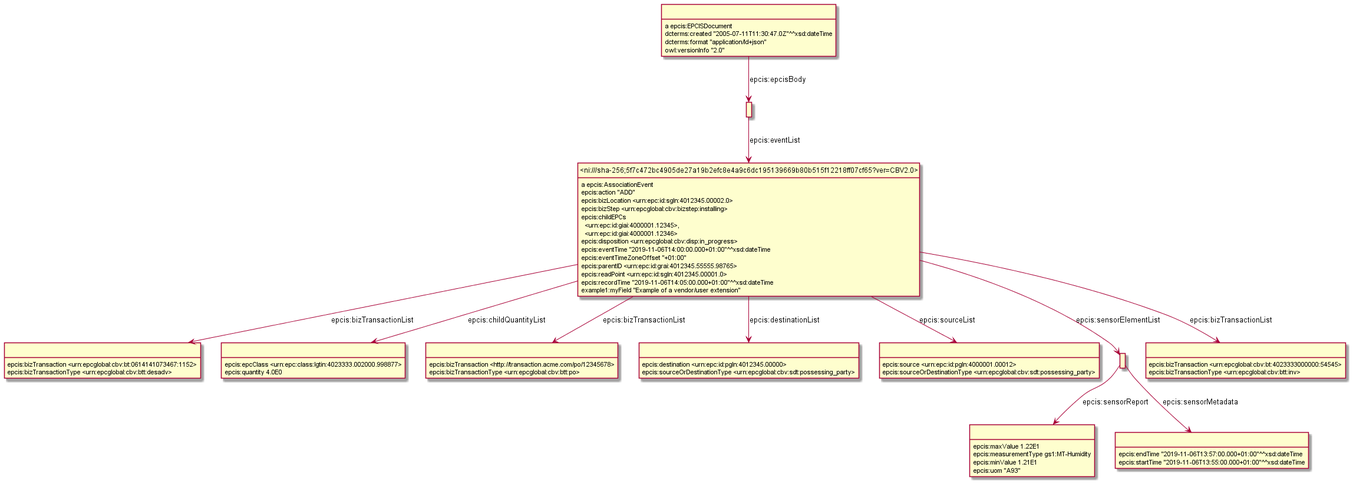
gs1/EPCIS keeps this PlantUML diagram as Diagrams/Example-Type-sourceOrDestination,measurement,bizTransaction.png. Above is the earlier version. Its diagram source:
```plantuml
@startuml
hide empty methods
hide empty attributes
hide circle
skinparam classAttributeIconSize 0
class _r1619600812r3_ as " "
_r1619600812r3_ : epcis:bizTransaction <urn:epcglobal:cbv:bt:0614141073467:1152>
_r1619600812r3_ : epcis:bizTransactionType <urn:epcglobal:cbv:btt:desadv>
class _r1619600812r5_ as " "
_r1619600812r5_ : epcis:epcClass <urn:epc:class:lgtin:4023333.002000.998877>
_r1619600812r5_ : epcis:quantity 4.0E0
class _r1619600812r9_ as " "
_r1619600812r9_ : epcis:maxValue 1.22E1
_r1619600812r9_ : epcis:measurementType gs1:MT-Humidity
_r1619600812r9_ : epcis:minValue 1.21E1
_r1619600812r9_ : epcis:uom "A93"
class _r1619600812r2_ as " "
_r1619600812r2_ : epcis:bizTransaction <http://transaction.acme.com/po/12345678>
_r1619600812r2_ : epcis:bizTransactionType <urn:epcglobal:cbv:btt:po>
class _r1619600812r1_ as " "
class _ni_sha_256_5f7c472bc4905de27a19b2efc8e4a9c6dc195139669b80b515f12218ff07cf65_ver_CBV2_0_ as "<ni:///sha-256;5f7c472bc4905de27a19b2efc8e4a9c6dc195139669b80b515f12218ff07cf65?ver=CBV2.0>"
_r1619600812r1_ -down-> _ni_sha_256_5f7c472bc4905de27a19b2efc8e4a9c6dc195139669b80b515f12218ff07cf65_ver_CBV2_0_ : epcis:eventList
class _r1619600812r6_ as " "
_r1619600812r6_ : epcis:destination <urn:epc:id:pgln:4012345.00000>
_r1619600812r6_ : epcis:sourceOrDestinationType <urn:epcglobal:cbv:sdt:possessing_party>
class _r1619600812r0_ as " "
_r1619600812r0_ : a epcis:EPCISDocument
_r1619600812r0_ -down-> _r1619600812r1_ : epcis:epcisBody
_r1619600812r0_ : dcterms:created "2005-07-11T11:30:47.0Z"^^xsd:dateTime
_r1619600812r0_ : dcterms:format "application/ld+json"
_r1619600812r0_ : owl:versionInfo "2.0"
_ni_sha_256_5f7c472bc4905de27a19b2efc8e4a9c6dc195139669b80b515f12218ff07cf65_ver_CBV2_0_ : a epcis:AssociationEvent
_ni_sha_256_5f7c472bc4905de27a19b2efc8e4a9c6dc195139669b80b515f12218ff07cf65_ver_CBV2_0_ -down-> _r1619600812r5_ : epcis:childQuantityList
class _r1619600812r10_ as " "
_ni_sha_256_5f7c472bc4905de27a19b2efc8e4a9c6dc195139669b80b515f12218ff07cf65_ver_CBV2_0_ -down-> _r1619600812r10_ : epcis:sourceList
_ni_sha_256_5f7c472bc4905de27a19b2efc8e4a9c6dc195139669b80b515f12218ff07cf65_ver_CBV2_0_ -down-> _r1619600812r6_ : epcis:destinationList
_ni_sha_256_5f7c472bc4905de27a19b2efc8e4a9c6dc195139669b80b515f12218ff07cf65_ver_CBV2_0_ -down-> _r1619600812r3_ : epcis:bizTransactionList
_ni_sha_256_5f7c472bc4905de27a19b2efc8e4a9c6dc195139669b80b515f12218ff07cf65_ver_CBV2_0_ -down-> _r1619600812r2_ : epcis:bizTransactionList
class _r1619600812r7_ as " "
_ni_sha_256_5f7c472bc4905de27a19b2efc8e4a9c6dc195139669b80b515f12218ff07cf65_ver_CBV2_0_ -down-> _r1619600812r7_ : epcis:sensorElementList
class _r1619600812r4_ as " "
_ni_sha_256_5f7c472bc4905de27a19b2efc8e4a9c6dc195139669b80b515f12218ff07cf65_ver_CBV2_0_ -down-> _r1619600812r4_ : epcis:bizTransactionList
_ni_sha_256_5f7c472bc4905de27a19b2efc8e4a9c6dc195139669b80b515f12218ff07cf65_ver_CBV2_0_ : epcis:action "ADD"
_ni_sha_256_5f7c472bc4905de27a19b2efc8e4a9c6dc195139669b80b515f12218ff07cf65_ver_CBV2_0_ : epcis:bizLocation <urn:epc:id:sgln:4012345.00002.0>
_ni_sha_256_5f7c472bc4905de27a19b2efc8e4a9c6dc195139669b80b515f12218ff07cf65_ver_CBV2_0_ : epcis:bizStep <urn:epcglobal:cbv:bizstep:installing>
_ni_sha_256_5f7c472bc4905de27a19b2efc8e4a9c6dc195139669b80b515f12218ff07cf65_ver_CBV2_0_ : epcis:childEPCs\n  <urn:epc:id:giai:4000001.12345>,\n  <urn:epc:id:giai:4000001.12346>
_ni_sha_256_5f7c472bc4905de27a19b2efc8e4a9c6dc195139669b80b515f12218ff07cf65_ver_CBV2_0_ : epcis:disposition <urn:epcglobal:cbv:disp:in_progress>
_ni_sha_256_5f7c472bc4905de27a19b2efc8e4a9c6dc195139669b80b515f12218ff07cf65_ver_CBV2_0_ : epcis:eventTime "2019-11-06T14:00:00.000+01:00"^^xsd:dateTime
_ni_sha_256_5f7c472bc4905de27a19b2efc8e4a9c6dc195139669b80b515f12218ff07cf65_ver_CBV2_0_ : epcis:eventTimeZoneOffset "+01:00"
_ni_sha_256_5f7c472bc4905de27a19b2efc8e4a9c6dc195139669b80b515f12218ff07cf65_ver_CBV2_0_ : epcis:parentID <urn:epc:id:grai:4012345.55555.98765>
_ni_sha_256_5f7c472bc4905de27a19b2efc8e4a9c6dc195139669b80b515f12218ff07cf65_ver_CBV2_0_ : epcis:readPoint <urn:epc:id:sgln:4012345.00001.0>
_ni_sha_256_5f7c472bc4905de27a19b2efc8e4a9c6dc195139669b80b515f12218ff07cf65_ver_CBV2_0_ : epcis:recordTime "2019-11-06T14:05:00.000+01:00"^^xsd:dateTime
_ni_sha_256_5f7c472bc4905de27a19b2efc8e4a9c6dc195139669b80b515f12218ff07cf65_ver_CBV2_0_ : example1:myField "Example of a vendor/user extension"
class _r1619600812r8_ as " "
_r1619600812r8_ : epcis:endTime "2019-11-06T13:57:00.000+01:00"^^xsd:dateTime
_r1619600812r8_ : epcis:startTime "2019-11-06T13:55:00.000+01:00"^^xsd:dateTime
_r1619600812r7_ -down-> _r1619600812r8_ : epcis:sensorMetadata
_r1619600812r7_ -down-> _r1619600812r9_ : epcis:sensorReport
_r1619600812r10_ : epcis:source <urn:epc:id:pgln:4000001.00012>
_r1619600812r10_ : epcis:sourceOrDestinationType <urn:epcglobal:cbv:sdt:possessing_party>
_r1619600812r4_ : epcis:bizTransaction <urn:epcglobal:cbv:bt:4023333000000:54545>
_r1619600812r4_ : epcis:bizTransactionType <urn:epcglobal:cbv:btt:inv>
@enduml
```
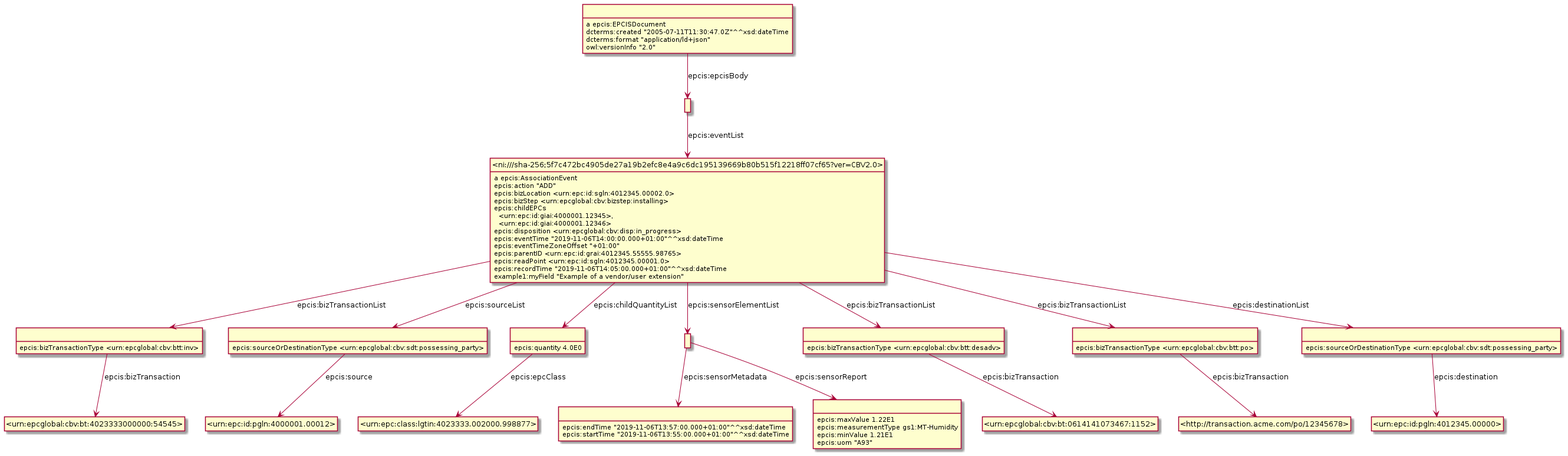
The same diagram one commit later.

What changed in the source:
```diff
@@ -3,43 +3,33 @@
 hide empty attributes
 hide circle
 skinparam classAttributeIconSize 0
-class _r1619600812r3_ as " "
-_r1619600812r3_ : epcis:bizTransaction <urn:epcglobal:cbv:bt:0614141073467:1152>
-_r1619600812r3_ : epcis:bizTransactionType <urn:epcglobal:cbv:btt:desadv>
-class _r1619600812r5_ as " "
-_r1619600812r5_ : epcis:epcClass <urn:epc:class:lgtin:4023333.002000.998877>
-_r1619600812r5_ : epcis:quantity 4.0E0
-class _r1619600812r9_ as " "
-_r1619600812r9_ : epcis:maxValue 1.22E1
-_r1619600812r9_ : epcis:measurementType gs1:MT-Humidity
-_r1619600812r9_ : epcis:minValue 1.21E1
-_r1619600812r9_ : epcis:uom "A93"
-class _r1619600812r2_ as " "
-_r1619600812r2_ : epcis:bizTransaction <http://transaction.acme.com/po/12345678>
-_r1619600812r2_ : epcis:bizTransactionType <urn:epcglobal:cbv:btt:po>
-class _r1619600812r1_ as " "
+class _r1623934077r2_ as " "
+class _urn_epcglobal_cbv_bt_4023333000000_54545_ as "<urn:epcglobal:cbv:bt:4023333000000:54545>"
+_r1623934077r2_ -down-> _urn_epcglobal_cbv_bt_4023333000000_54545_ : epcis:bizTransaction
+_r1623934077r2_ : epcis:bizTransactionType <urn:epcglobal:cbv:btt:inv>
+class _r1623934077r6_ as " "
+_r1623934077r6_ : epcis:endTime "2019-11-06T13:57:00.000+01:00"^^xsd:dateTime
+_r1623934077r6_ : epcis:startTime "2019-11-06T13:55:00.000+01:00"^^xsd:dateTime
+class _r1623934077r10_ as " "
 class _ni_sha_256_5f7c472bc4905de27a19b2efc8e4a9c6dc195139669b80b515f12218ff07cf65_ver_CBV2_0_ as "<ni:///sha-256;5f7c472bc4905de27a19b2efc8e4a9c6dc195139669b80b515f12218ff07cf65?ver=CBV2.0>"
-_r1619600812r1_ -down-> _ni_sha_256_5f7c472bc4905de27a19b2efc8e4a9c6dc195139669b80b515f12218ff07cf65_ver_CBV2_0_ : epcis:eventList
-class _r1619600812r6_ as " "
-_r1619600812r6_ : epcis:destination <urn:epc:id:pgln:4012345.00000>
-_r1619600812r6_ : epcis:sourceOrDestinationType <urn:epcglobal:cbv:sdt:possessing_party>
-class _r1619600812r0_ as " "
-_r1619600812r0_ : a epcis:EPCISDocument
-_r1619600812r0_ -down-> _r1619600812r1_ : epcis:epcisBody
-_r1619600812r0_ : dcterms:created "2005-07-11T11:30:47.0Z"^^xsd:dateTime
-_r1619600812r0_ : dcterms:format "application/ld+json"
-_r1619600812r0_ : owl:versionInfo "2.0"
+_r1623934077r10_ -down-> _ni_sha_256_5f7c472bc4905de27a19b2efc8e4a9c6dc195139669b80b515f12218ff07cf65_ver_CBV2_0_ : epcis:eventList
+class _r1623934077r8_ as " "
+class _urn_epc_id_pgln_4000001_00012_ as "<urn:epc:id:pgln:4000001.00012>"
+_r1623934077r8_ -down-> _urn_epc_id_pgln_4000001_00012_ : epcis:source
+_r1623934077r8_ : epcis:sourceOrDestinationType <urn:epcglobal:cbv:sdt:possessing_party>
 _ni_sha_256_5f7c472bc4905de27a19b2efc8e4a9c6dc195139669b80b515f12218ff07cf65_ver_CBV2_0_ : a epcis:AssociationEvent
-_ni_sha_256_5f7c472bc4905de27a19b2efc8e4a9c6dc195139669b80b515f12218ff07cf65_ver_CBV2_0_ -down-> _r1619600812r5_ : epcis:childQuantityList
-class _r1619600812r10_ as " "
-_ni_sha_256_5f7c472bc4905de27a19b2efc8e4a9c6dc195139669b80b515f12218ff07cf65_ver_CBV2_0_ -down-> _r1619600812r10_ : epcis:sourceList
-_ni_sha_256_5f7c472bc4905de27a19b2efc8e4a9c6dc195139669b80b515f12218ff07cf65_ver_CBV2_0_ -down-> _r1619600812r6_ : epcis:destinationList
-_ni_sha_256_5f7c472bc4905de27a19b2efc8e4a9c6dc195139669b80b515f12218ff07cf65_ver_CBV2_0_ -down-> _r1619600812r3_ : epcis:bizTransactionList
-_ni_sha_256_5f7c472bc4905de27a19b2efc8e4a9c6dc195139669b80b515f12218ff07cf65_ver_CBV2_0_ -down-> _r1619600812r2_ : epcis:bizTransactionList
-class _r1619600812r7_ as " "
-_ni_sha_256_5f7c472bc4905de27a19b2efc8e4a9c6dc195139669b80b515f12218ff07cf65_ver_CBV2_0_ -down-> _r1619600812r7_ : epcis:sensorElementList
-class _r1619600812r4_ as " "
-_ni_sha_256_5f7c472bc4905de27a19b2efc8e4a9c6dc195139669b80b515f12218ff07cf65_ver_CBV2_0_ -down-> _r1619600812r4_ : epcis:bizTransactionList
+_ni_sha_256_5f7c472bc4905de27a19b2efc8e4a9c6dc195139669b80b515f12218ff07cf65_ver_CBV2_0_ -down-> _r1623934077r2_ : epcis:bizTransactionList
+_ni_sha_256_5f7c472bc4905de27a19b2efc8e4a9c6dc195139669b80b515f12218ff07cf65_ver_CBV2_0_ -down-> _r1623934077r8_ : epcis:sourceList
+class _r1623934077r3_ as " "
+_ni_sha_256_5f7c472bc4905de27a19b2efc8e4a9c6dc195139669b80b515f12218ff07cf65_ver_CBV2_0_ -down-> _r1623934077r3_ : epcis:childQuantityList
+class _r1623934077r5_ as " "
+_ni_sha_256_5f7c472bc4905de27a19b2efc8e4a9c6dc195139669b80b515f12218ff07cf65_ver_CBV2_0_ -down-> _r1623934077r5_ : epcis:sensorElementList
+class _r1623934077r0_ as " "
+_ni_sha_256_5f7c472bc4905de27a19b2efc8e4a9c6dc195139669b80b515f12218ff07cf65_ver_CBV2_0_ -down-> _r1623934077r0_ : epcis:bizTransactionList
+class _r1623934077r1_ as " "
+_ni_sha_256_5f7c472bc4905de27a19b2efc8e4a9c6dc195139669b80b515f12218ff07cf65_ver_CBV2_0_ -down-> _r1623934077r1_ : epcis:bizTransactionList
+class _r1623934077r4_ as " "
+_ni_sha_256_5f7c472bc4905de27a19b2efc8e4a9c6dc195139669b80b515f12218ff07cf65_ver_CBV2_0_ -down-> _r1623934077r4_ : epcis:destinationList
 _ni_sha_256_5f7c472bc4905de27a19b2efc8e4a9c6dc195139669b80b515f12218ff07cf65_ver_CBV2_0_ : epcis:action "ADD"
 _ni_sha_256_5f7c472bc4905de27a19b2efc8e4a9c6dc195139669b80b515f12218ff07cf65_ver_CBV2_0_ : epcis:bizLocation <urn:epc:id:sgln:4012345.00002.0>
 _ni_sha_256_5f7c472bc4905de27a19b2efc8e4a9c6dc195139669b80b515f12218ff07cf65_ver_CBV2_0_ : epcis:bizStep <urn:epcglobal:cbv:bizstep:installing>
@@ -51,13 +41,29 @@
 _ni_sha_256_5f7c472bc4905de27a19b2efc8e4a9c6dc195139669b80b515f12218ff07cf65_ver_CBV2_0_ : epcis:readPoint <urn:epc:id:sgln:4012345.00001.0>
 _ni_sha_256_5f7c472bc4905de27a19b2efc8e4a9c6dc195139669b80b515f12218ff07cf65_ver_CBV2_0_ : epcis:recordTime "2019-11-06T14:05:00.000+01:00"^^xsd:dateTime
 _ni_sha_256_5f7c472bc4905de27a19b2efc8e4a9c6dc195139669b80b515f12218ff07cf65_ver_CBV2_0_ : example1:myField "Example of a vendor/user extension"
-class _r1619600812r8_ as " "
-_r1619600812r8_ : epcis:endTime "2019-11-06T13:57:00.000+01:00"^^xsd:dateTime
-_r1619600812r8_ : epcis:startTime "2019-11-06T13:55:00.000+01:00"^^xsd:dateTime
-_r1619600812r7_ -down-> _r1619600812r8_ : epcis:sensorMetadata
-_r1619600812r7_ -down-> _r1619600812r9_ : epcis:sensorReport
-_r1619600812r10_ : epcis:source <urn:epc:id:pgln:4000001.00012>
-_r1619600812r10_ : epcis:sourceOrDestinationType <urn:epcglobal:cbv:sdt:possessing_party>
-_r1619600812r4_ : epcis:bizTransaction <urn:epcglobal:cbv:bt:4023333000000:54545>
-_r1619600812r4_ : epcis:bizTransactionType <urn:epcglobal:cbv:btt:inv>
+class _urn_epc_class_lgtin_4023333_002000_998877_ as "<urn:epc:class:lgtin:4023333.002000.998877>"
+_r1623934077r3_ -down-> _urn_epc_class_lgtin_4023333_002000_998877_ : epcis:epcClass
+_r1623934077r3_ : epcis:quantity 4.0E0
+class _r1623934077r7_ as " "
+_r1623934077r5_ -down-> _r1623934077r7_ : epcis:sensorReport
+_r1623934077r5_ -down-> _r1623934077r6_ : epcis:sensorMetadata
+_r1623934077r7_ : epcis:maxValue 1.22E1
+_r1623934077r7_ : epcis:measurementType gs1:MT-Humidity
+_r1623934077r7_ : epcis:minValue 1.21E1
+_r1623934077r7_ : epcis:uom "A93"
+class _r1623934077r9_ as " "
+_r1623934077r9_ : a epcis:EPCISDocument
+_r1623934077r9_ -down-> _r1623934077r10_ : epcis:epcisBody
+_r1623934077r9_ : dcterms:created "2005-07-11T11:30:47.0Z"^^xsd:dateTime
+_r1623934077r9_ : dcterms:format "application/ld+json"
+_r1623934077r9_ : owl:versionInfo "2.0"
+class _urn_epc_id_pgln_4012345_00000_ as "<urn:epc:id:pgln:4012345.00000>"
+_r1623934077r4_ -down-> _urn_epc_id_pgln_4012345_00000_ : epcis:destination
+_r1623934077r4_ : epcis:sourceOrDestinationType <urn:epcglobal:cbv:sdt:possessing_party>
+class _urn_epcglobal_cbv_bt_0614141073467_1152_ as "<urn:epcglobal:cbv:bt:0614141073467:1152>"
+_r1623934077r0_ -down-> _urn_epcglobal_cbv_bt_0614141073467_1152_ : epcis:bizTransaction
+_r1623934077r0_ : epcis:bizTransactionType <urn:epcglobal:cbv:btt:desadv>
+class _http_transaction_acme_com_po_12345678_ as "<http://transaction.acme.com/po/12345678>"
+_r1623934077r1_ -down-> _http_transaction_acme_com_po_12345678_ : epcis:bizTransaction
+_r1623934077r1_ : epcis:bizTransactionType <urn:epcglobal:cbv:btt:po>
 @enduml
```
